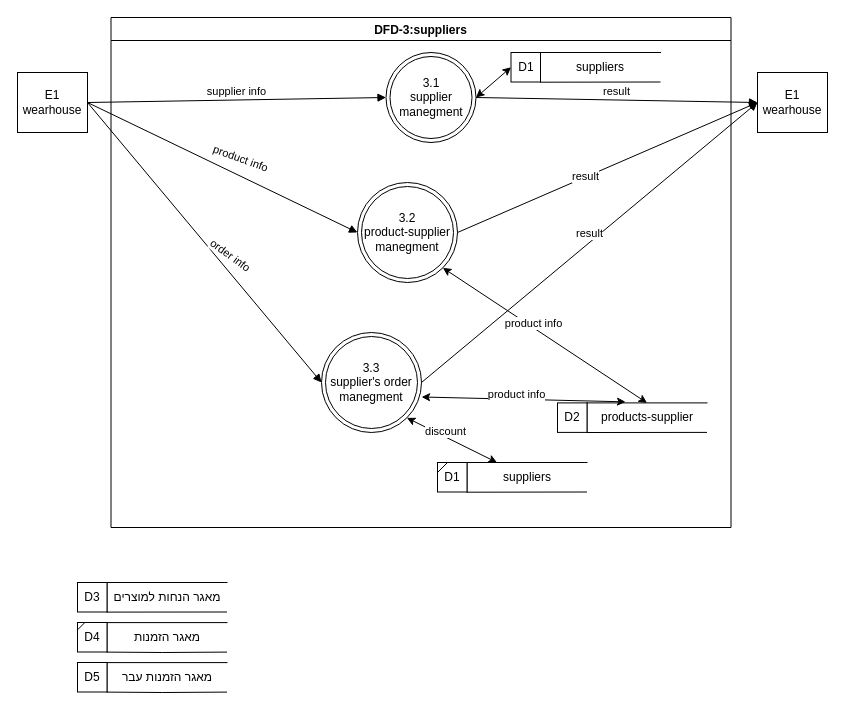
The draw.io diagram page "dfd3" (1 of 4) of docs/DFD/DFD3_Supplier.drawio in Naveavra/Market, before the edit. Source tidied: cells renumbered, new cells numbered last; positions are measured from the earlier drawing's top-left corner, leaving out a move shared by most shapes. Both pictures are drawn from the tidied source at 100%, with x=0, y=0 at pixel (17, 17).
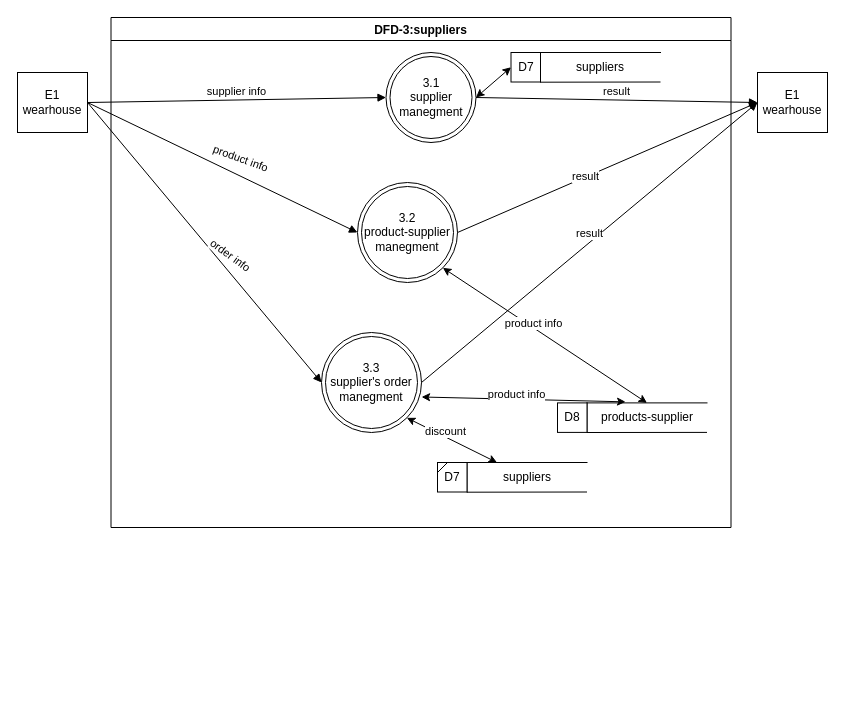
Above is the later version.

The change refers to these unchanged cells:
```xml
<mxCell id="2" value="DFD-3:suppliers" style="swimlane;" parent="1" vertex="1">
  <mxGeometry x="93.5" width="620" height="510" as="geometry" />
</mxCell>
<mxCell id="18" style="group;" parent="2" vertex="1">
  <mxGeometry x="446.5" y="385.4" width="149.5" height="29.6" as="geometry" />
</mxCell>
```

Change to the diagram source:
```diff
@@
-    <mxCell id="8" value="D1" style="whiteSpace=wrap;html=1;" parent="2" vertex="1">
+    <mxCell id="8" value="D7" style="whiteSpace=wrap;html=1;" parent="2" vertex="1">
       <mxGeometry x="326.5" y="445" width="29.5" height="29.5" as="geometry" />
     </mxCell>
@@
-    <mxCell id="17" value="D1" style="whiteSpace=wrap;html=1;" parent="2" vertex="1">
+    <mxCell id="17" value="D7" style="whiteSpace=wrap;html=1;" parent="2" vertex="1">
       <mxGeometry x="400" y="35" width="29.5" height="29.5" as="geometry" />
     </mxCell>
@@
-    <mxCell id="21" value="D2" style="whiteSpace=wrap;html=1;" parent="18" vertex="1">
+    <mxCell id="21" value="D8" style="whiteSpace=wrap;html=1;" parent="18" vertex="1">
       <mxGeometry width="29.5" height="29.5" as="geometry" />
     </mxCell>
@@
-    <mxCell id="35" style="group;" parent="1" vertex="1">
-      <mxGeometry x="60" y="645" width="149.5" height="29.6" as="geometry" />
-    </mxCell>
-    <mxCell id="36" value="מאגר הזמנות עבר" style="shape=partialRectangle;whiteSpace=wrap;html=1;bottom=0;right=0;fillColor=none;" parent="35" vertex="1">
-      <mxGeometry x="29.5" y="0.1" width="120" height="29.5" as="geometry" />
-    </mxCell>
-    <mxCell id="37" style="endArrow=none;html=1;rounded=0;entryX=1;entryY=1;entryDx=0;entryDy=0;" parent="35" edge="1" target="36">
-      <mxGeometry relative="1" as="geometry">
-        <mxPoint x="29.5" y="29.6" as="sourcePoint" />
-        <Array as="points">
-          <mxPoint x="85.2" y="30" />
-        </Array>
-      </mxGeometry>
-    </mxCell>
-    <mxCell id="38" value="D5" style="whiteSpace=wrap;html=1;" parent="35" vertex="1">
-      <mxGeometry width="29.5" height="29.5" as="geometry" />
-    </mxCell>
-    <mxCell id="39" style="group;" parent="1" vertex="1">
-      <mxGeometry x="60" y="605" width="149.5" height="29.6" as="geometry" />
-    </mxCell>
-    <mxCell id="40" value="מאגר הזמנות" style="shape=partialRectangle;whiteSpace=wrap;html=1;bottom=0;right=0;fillColor=none;" parent="39" vertex="1">
-      <mxGeometry x="29.5" y="0.1" width="120" height="29.5" as="geometry" />
-    </mxCell>
-    <mxCell id="41" style="endArrow=none;html=1;rounded=0;entryX=1;entryY=1;entryDx=0;entryDy=0;" parent="39" edge="1" target="40">
-      <mxGeometry relative="1" as="geometry">
-        <mxPoint x="29.5" y="29.6" as="sourcePoint" />
-        <Array as="points">
-          <mxPoint x="85.2" y="30" />
-        </Array>
-      </mxGeometry>
-    </mxCell>
-    <mxCell id="42" value="D4" style="whiteSpace=wrap;html=1;" parent="39" vertex="1">
-      <mxGeometry width="29.5" height="29.5" as="geometry" />
-    </mxCell>
-    <mxCell id="43" style="endArrow=none;html=1;rounded=0;exitX=0;exitY=0.25;exitDx=0;exitDy=0;entryX=0.25;entryY=0;entryDx=0;entryDy=0;" parent="39" edge="1" source="42" target="42">
-      <mxGeometry relative="1" as="geometry" />
-    </mxCell>
-    <mxCell id="44" style="group;" parent="1" vertex="1">
-      <mxGeometry x="60" y="565" width="149.5" height="29.6" as="geometry" />
-    </mxCell>
-    <mxCell id="45" value="מאגר הנחות למוצרים" style="shape=partialRectangle;whiteSpace=wrap;html=1;bottom=0;right=0;fillColor=none;" parent="44" vertex="1">
-      <mxGeometry x="29.5" width="120" height="29.5" as="geometry" />
-    </mxCell>
-    <mxCell id="46" style="endArrow=none;html=1;rounded=0;entryX=1;entryY=1;entryDx=0;entryDy=0;" parent="44" edge="1" target="45">
-      <mxGeometry relative="1" as="geometry">
-        <mxPoint x="29.5" y="29.6" as="sourcePoint" />
-      </mxGeometry>
-    </mxCell>
-    <mxCell id="47" value="D3" style="whiteSpace=wrap;html=1;" parent="44" vertex="1">
-      <mxGeometry width="29.5" height="29.5" as="geometry" />
-    </mxCell>
```
